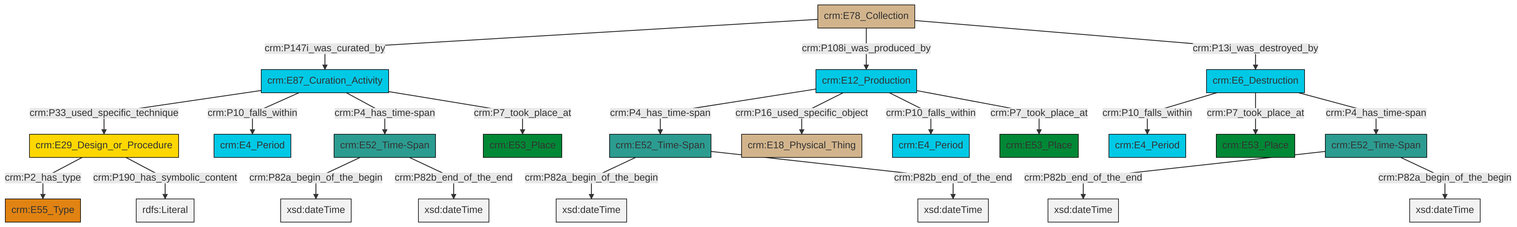
Before: et/archivalCSV/ttl/mmd/png/archival_existence.png, a diagram exported from Mermaid (swiss-art-research-net/docs.swissartresearch). Its source is kept beside it as et/archivalCSV/ttl/mmd/archival_existence.ttl.mmd.
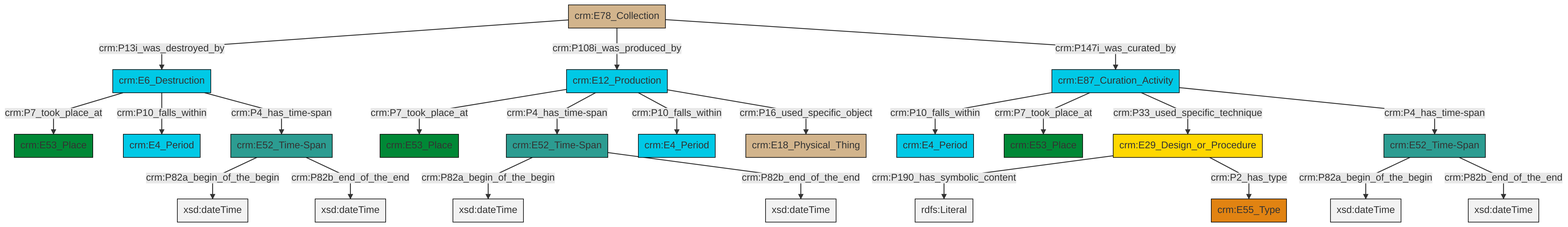
The same file after the commit.

Diff of the diagram source:
```diff
@@ -13,25 +13,25 @@
 classDef PC_Classes fill:#4ce600, stroke:#000000;
 classDef Multi fill:#cccccc,stroke:#000000;
 
-0["crm:E87_Curation_Activity"]:::Temporal_Entity -->|crm:P33_used_specific_technique| 1["crm:E29_Design_or_Procedure"]:::Conceptual_Object
-4["crm:E78_Collection"]:::Physical_Thing -->|crm:P147i_was_curated_by| 0["crm:E87_Curation_Activity"]:::Temporal_Entity
-6["crm:E6_Destruction"]:::Temporal_Entity -->|crm:P10_falls_within| 7["crm:E4_Period"]:::Temporal_Entity
-4["crm:E78_Collection"]:::Physical_Thing -->|crm:P108i_was_produced_by| 14["crm:E12_Production"]:::Temporal_Entity
-14["crm:E12_Production"]:::Temporal_Entity -->|crm:P4_has_time-span| 15["crm:E52_Time-Span"]:::Time-Span
-6["crm:E6_Destruction"]:::Temporal_Entity -->|crm:P7_took_place_at| 2["crm:E53_Place"]:::Place
-1["crm:E29_Design_or_Procedure"]:::Conceptual_Object -->|crm:P2_has_type| 17["crm:E55_Type"]:::Type
-19["crm:E52_Time-Span"]:::Time-Span -->|crm:P82b_end_of_the_end| 20[xsd:dateTime]:::Literal
-14["crm:E12_Production"]:::Temporal_Entity -->|crm:P16_used_specific_object| 8["crm:E18_Physical_Thing"]:::Physical_Thing
-22["crm:E52_Time-Span"]:::Time-Span -->|crm:P82a_begin_of_the_begin| 23[xsd:dateTime]:::Literal
-15["crm:E52_Time-Span"]:::Time-Span -->|crm:P82a_begin_of_the_begin| 24[xsd:dateTime]:::Literal
-14["crm:E12_Production"]:::Temporal_Entity -->|crm:P10_falls_within| 10["crm:E4_Period"]:::Temporal_Entity
-6["crm:E6_Destruction"]:::Temporal_Entity -->|crm:P4_has_time-span| 19["crm:E52_Time-Span"]:::Time-Span
-14["crm:E12_Production"]:::Temporal_Entity -->|crm:P7_took_place_at| 28["crm:E53_Place"]:::Place
-0["crm:E87_Curation_Activity"]:::Temporal_Entity -->|crm:P10_falls_within| 29["crm:E4_Period"]:::Temporal_Entity
-22["crm:E52_Time-Span"]:::Time-Span -->|crm:P82b_end_of_the_end| 31[xsd:dateTime]:::Literal
-15["crm:E52_Time-Span"]:::Time-Span -->|crm:P82b_end_of_the_end| 32[xsd:dateTime]:::Literal
-0["crm:E87_Curation_Activity"]:::Temporal_Entity -->|crm:P4_has_time-span| 22["crm:E52_Time-Span"]:::Time-Span
-1["crm:E29_Design_or_Procedure"]:::Conceptual_Object -->|crm:P190_has_symbolic_content| 33[rdfs:Literal]:::Literal
-19["crm:E52_Time-Span"]:::Time-Span -->|crm:P82a_begin_of_the_begin| 36[xsd:dateTime]:::Literal
-4["crm:E78_Collection"]:::Physical_Thing -->|crm:P13i_was_destroyed_by| 6["crm:E6_Destruction"]:::Temporal_Entity
-0["crm:E87_Curation_Activity"]:::Temporal_Entity -->|crm:P7_took_place_at| 12["crm:E53_Place"]:::Place
+2["crm:E52_Time-Span"]:::Time-Span -->|crm:P82a_begin_of_the_begin| 3[xsd:dateTime]:::Literal
+4["crm:E87_Curation_Activity"]:::Temporal_Entity -->|crm:P10_falls_within| 5["crm:E4_Period"]:::Temporal_Entity
+6["crm:E52_Time-Span"]:::Time-Span -->|crm:P82a_begin_of_the_begin| 7[xsd:dateTime]:::Literal
+11["crm:E78_Collection"]:::Physical_Thing -->|crm:P13i_was_destroyed_by| 12["crm:E6_Destruction"]:::Temporal_Entity
+12["crm:E6_Destruction"]:::Temporal_Entity -->|crm:P7_took_place_at| 13["crm:E53_Place"]:::Place
+11["crm:E78_Collection"]:::Physical_Thing -->|crm:P108i_was_produced_by| 14["crm:E12_Production"]:::Temporal_Entity
+2["crm:E52_Time-Span"]:::Time-Span -->|crm:P82b_end_of_the_end| 15[xsd:dateTime]:::Literal
+14["crm:E12_Production"]:::Temporal_Entity -->|crm:P7_took_place_at| 8["crm:E53_Place"]:::Place
+18["crm:E52_Time-Span"]:::Time-Span -->|crm:P82a_begin_of_the_begin| 19[xsd:dateTime]:::Literal
+6["crm:E52_Time-Span"]:::Time-Span -->|crm:P82b_end_of_the_end| 20[xsd:dateTime]:::Literal
+18["crm:E52_Time-Span"]:::Time-Span -->|crm:P82b_end_of_the_end| 21[xsd:dateTime]:::Literal
+4["crm:E87_Curation_Activity"]:::Temporal_Entity -->|crm:P7_took_place_at| 22["crm:E53_Place"]:::Place
+12["crm:E6_Destruction"]:::Temporal_Entity -->|crm:P10_falls_within| 27["crm:E4_Period"]:::Temporal_Entity
+14["crm:E12_Production"]:::Temporal_Entity -->|crm:P4_has_time-span| 2["crm:E52_Time-Span"]:::Time-Span
+0["crm:E29_Design_or_Procedure"]:::Conceptual_Object -->|crm:P190_has_symbolic_content| 29[rdfs:Literal]:::Literal
+14["crm:E12_Production"]:::Temporal_Entity -->|crm:P10_falls_within| 30["crm:E4_Period"]:::Temporal_Entity
+4["crm:E87_Curation_Activity"]:::Temporal_Entity -->|crm:P33_used_specific_technique| 0["crm:E29_Design_or_Procedure"]:::Conceptual_Object
+12["crm:E6_Destruction"]:::Temporal_Entity -->|crm:P4_has_time-span| 6["crm:E52_Time-Span"]:::Time-Span
+4["crm:E87_Curation_Activity"]:::Temporal_Entity -->|crm:P4_has_time-span| 18["crm:E52_Time-Span"]:::Time-Span
+11["crm:E78_Collection"]:::Physical_Thing -->|crm:P147i_was_curated_by| 4["crm:E87_Curation_Activity"]:::Temporal_Entity
+0["crm:E29_Design_or_Procedure"]:::Conceptual_Object -->|crm:P2_has_type| 24["crm:E55_Type"]:::Type
+14["crm:E12_Production"]:::Temporal_Entity -->|crm:P16_used_specific_object| 34["crm:E18_Physical_Thing"]:::Physical_Thing
```
